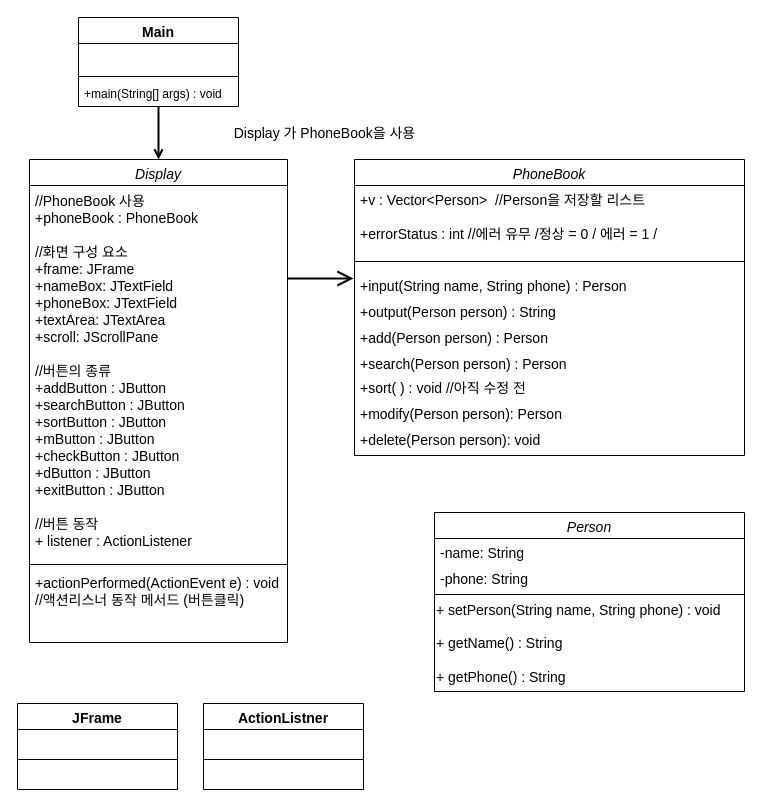
skatld123/PH_list_java keeps this draw.io diagram as 순서도/전화번호부 클래스다이어그램_java.drawio. Above is the earlier version. Source tidied: cells renumbered, new cells numbered last; positions are measured from the earlier drawing's top-left corner, leaving out a move shared by most shapes. Both pictures are drawn from the tidied source at 100%, with x=0, y=0 at pixel (17, 17).
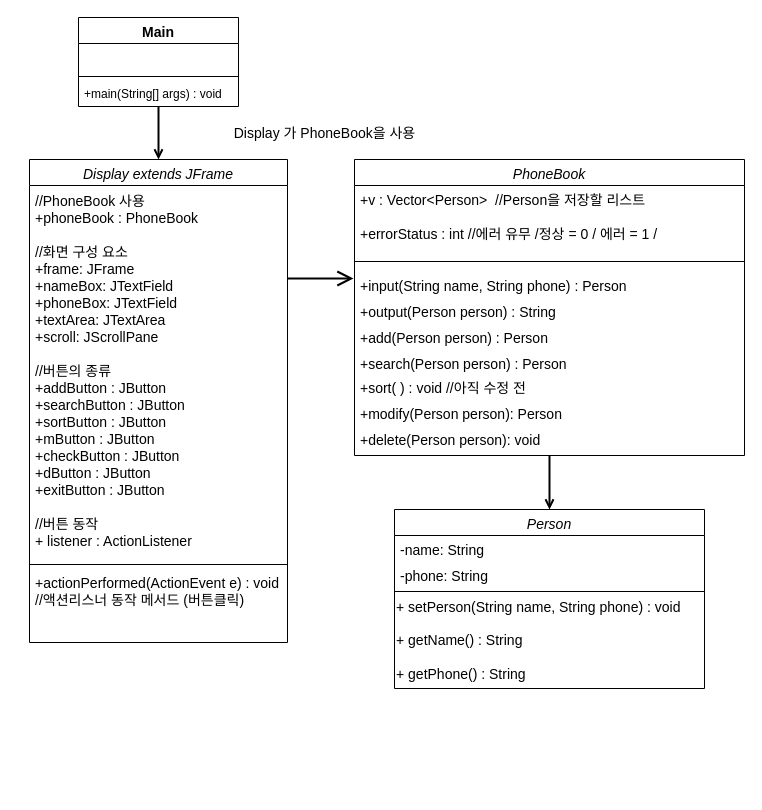
The same page after the edit.

Commit message:
전화번호부 클래스다이어그램_java.drawio 업데이트

Unchanged cells that the change refers to:
```xml
<mxCell id="2" value="PhoneBook" style="swimlane;fontStyle=2;align=center;verticalAlign=top;horizontal=1;startSize=26;rounded=0;shadow=0;strokeWidth=1;fontSize=14;" parent="1" vertex="1">
  <mxGeometry x="337" y="142" width="390" height="296" as="geometry" />
</mxCell>
```

The edit, as a diff of the source:
```diff
@@
+    <mxCell id="36" style="edgeStyle=orthogonalEdgeStyle;rounded=0;jettySize=auto;html=1;endArrow=open;endFill=0;strokeWidth=2;fontSize=14;" parent="1" edge="1" source="2" target="12">
+      <mxGeometry relative="1" as="geometry" />
+    </mxCell>
@@
     <mxCell id="12" value="Person" style="swimlane;fontStyle=2;align=center;verticalAlign=top;horizontal=1;startSize=26;rounded=0;shadow=0;strokeWidth=1;fontSize=14;" parent="1" vertex="1">
-      <mxGeometry x="417" y="495" width="310" height="179" as="geometry" />
+      <mxGeometry x="377" y="492" width="310" height="179" as="geometry" />
     </mxCell>
@@
-    <mxCell id="17" value="Display" style="swimlane;fontStyle=2;align=center;verticalAlign=top;horizontal=1;startSize=26;fontSize=14;" parent="1" vertex="1">
+    <mxCell id="17" value="Display extends JFrame" style="swimlane;fontStyle=2;align=center;verticalAlign=top;horizontal=1;startSize=26;fontSize=14;" parent="1" vertex="1">
       <mxGeometry x="12" y="142" width="258" height="483" as="geometry" />
     </mxCell>
@@
-    <mxCell id="21" value="JFrame" style="swimlane;fontStyle=1;align=center;verticalAlign=top;horizontal=1;startSize=26;strokeWidth=1;fontSize=14;" parent="1" vertex="1">
-      <mxGeometry y="686" width="160" height="86" as="geometry" />
-    </mxCell>
-    <mxCell id="22" value=" " style="text;strokeColor=none;fillColor=none;align=left;verticalAlign=top;spacingLeft=4;spacingRight=4;overflow=hidden;" parent="21" vertex="1">
-      <mxGeometry y="26" width="160" height="26" as="geometry" />
-    </mxCell>
-    <mxCell id="23" style="line;strokeWidth=1;fillColor=none;align=left;verticalAlign=middle;spacingTop=-1;spacingLeft=3;spacingRight=3;labelPosition=right;" parent="21" vertex="1">
-      <mxGeometry y="52" width="160" height="8" as="geometry" />
-    </mxCell>
-    <mxCell id="24" value=" " style="text;strokeColor=none;fillColor=none;align=left;verticalAlign=top;spacingLeft=4;spacingRight=4;overflow=hidden;" parent="21" vertex="1">
-      <mxGeometry y="60" width="160" height="26" as="geometry" />
-    </mxCell>
@@
-    <mxCell id="30" value="ActionListner" style="swimlane;fontStyle=1;align=center;verticalAlign=top;horizontal=1;startSize=26;strokeWidth=1;fontSize=14;" parent="1" vertex="1">
-      <mxGeometry x="186" y="686" width="160" height="86" as="geometry" />
-    </mxCell>
-    <mxCell id="31" value=" " style="text;strokeColor=none;fillColor=none;align=left;verticalAlign=top;spacingLeft=4;spacingRight=4;overflow=hidden;" parent="30" vertex="1">
-      <mxGeometry y="26" width="160" height="26" as="geometry" />
-    </mxCell>
-    <mxCell id="32" style="line;strokeWidth=1;fillColor=none;align=left;verticalAlign=middle;spacingTop=-1;spacingLeft=3;spacingRight=3;labelPosition=right;" parent="30" vertex="1">
-      <mxGeometry y="52" width="160" height="8" as="geometry" />
-    </mxCell>
-    <mxCell id="33" value=" " style="text;strokeColor=none;fillColor=none;align=left;verticalAlign=top;spacingLeft=4;spacingRight=4;overflow=hidden;" parent="30" vertex="1">
-      <mxGeometry y="60" width="160" height="26" as="geometry" />
-    </mxCell>
```
